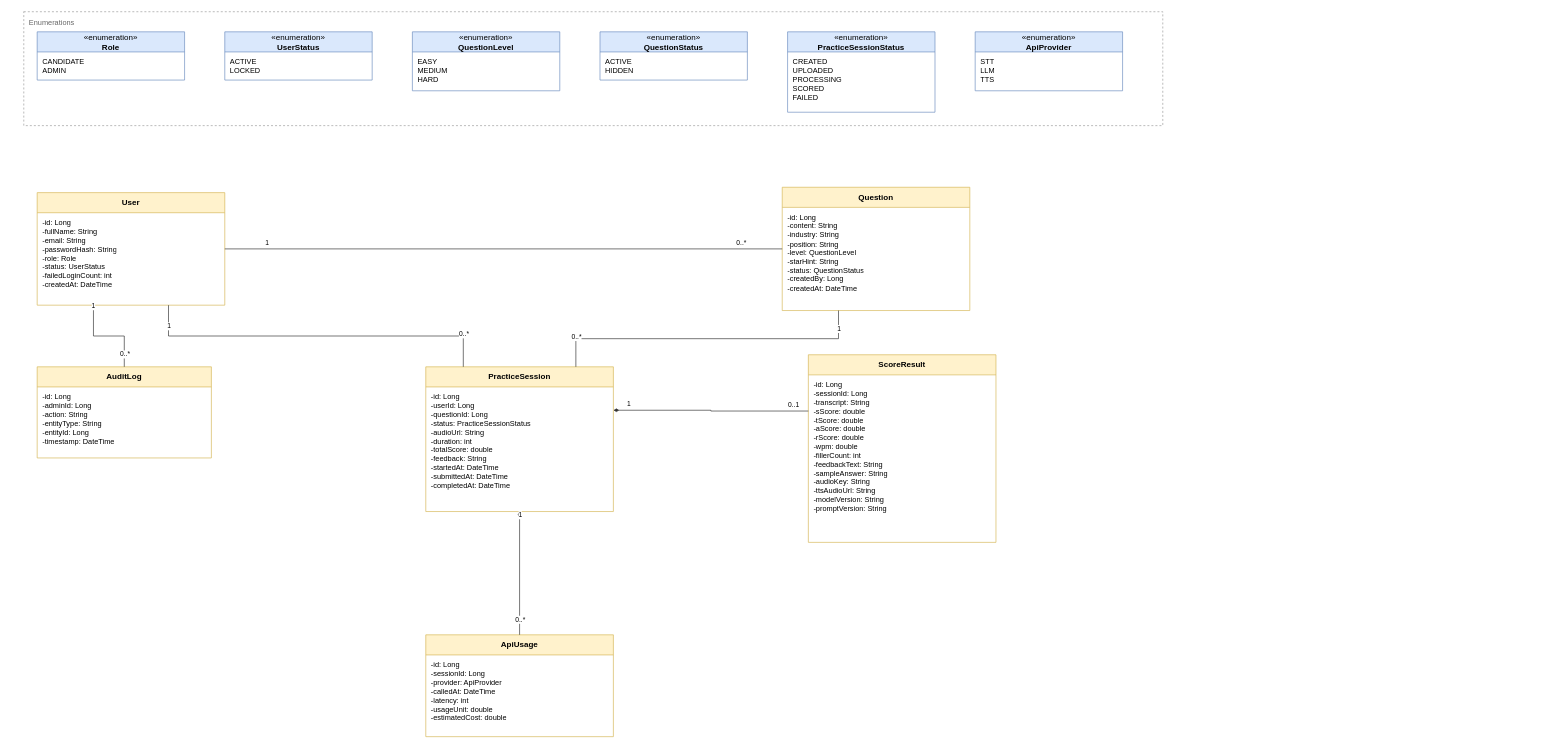
Earlier version of the draw.io diagram page "Domain Model" (1 of 2) of docs/diagrams/ClassDiagram.drawio.xml (ToraidolGiang/interview-practice-ai). Source tidied: cells renumbered, new cells numbered last; positions are measured from the earlier drawing's top-left corner, leaving out a move shared by most shapes. Both pictures are drawn from the tidied source at 67%, with x=0, y=0 at pixel (23, 11).
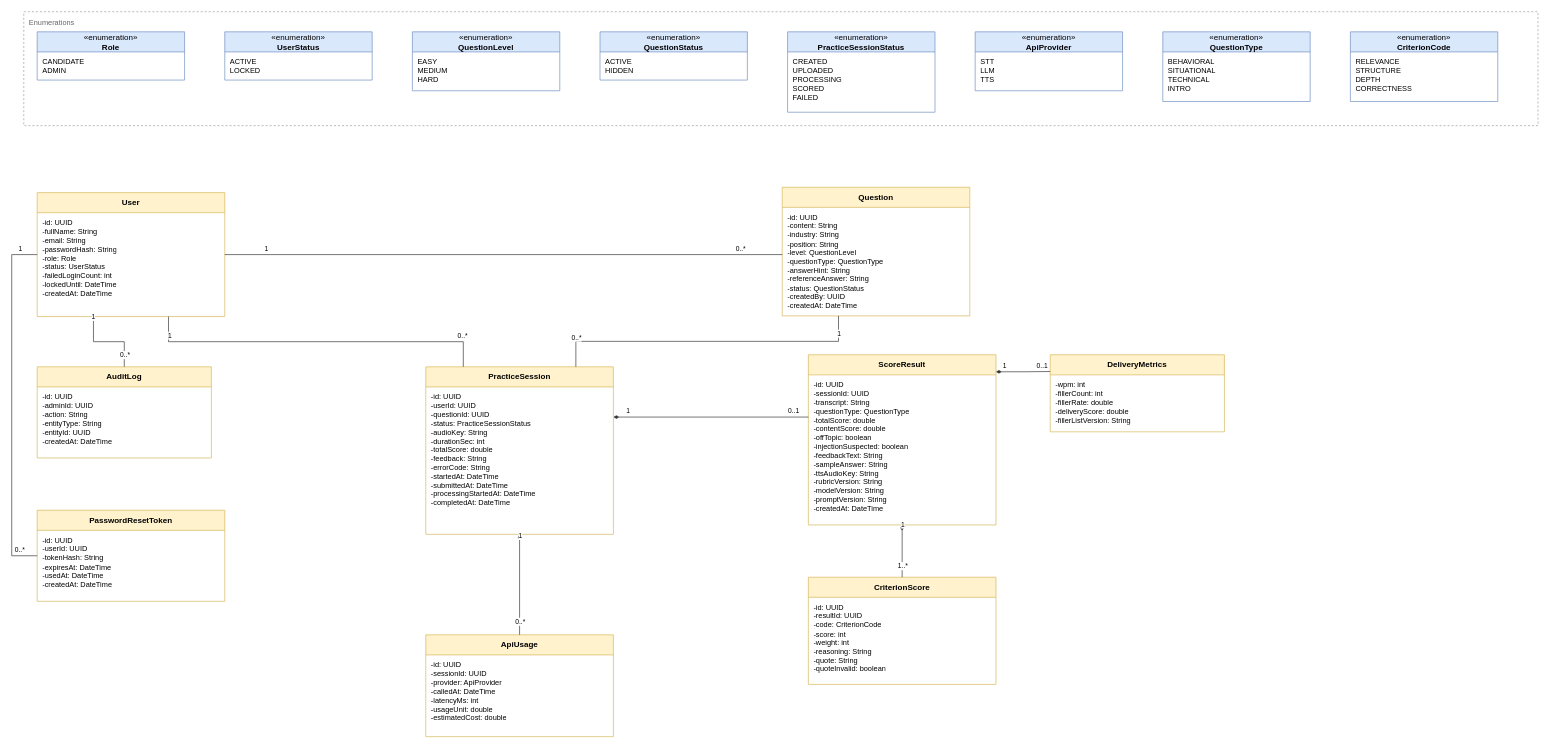
The same diagram, later.

The change refers to these unchanged cells:
```xml
<mxCell id="19" value="&lt;b&gt;AuditLog&lt;/b&gt;" style="swimlane;html=1;horizontal=1;startSize=30;fillColor=#FFF2CC;strokeColor=#D6B656;fontSize=12;fontStyle=0;align=center;verticalAlign=middle;whiteSpace=wrap;" parent="1" vertex="1">
  <mxGeometry x="20" y="530" width="260" height="136" as="geometry" />
</mxCell>
<mxCell id="25" value="&lt;b&gt;ApiUsage&lt;/b&gt;" style="swimlane;html=1;horizontal=1;startSize=30;fillColor=#FFF2CC;strokeColor=#D6B656;fontSize=12;fontStyle=0;align=center;verticalAlign=middle;whiteSpace=wrap;" parent="1" vertex="1">
  <mxGeometry x="600" y="930" width="280" height="152" as="geometry" />
</mxCell>
```

What changed in the source:
```diff
@@
     <mxCell id="2" value="Enumerations" style="rounded=0;whiteSpace=wrap;html=1;fillColor=none;strokeColor=#999999;dashed=1;verticalAlign=top;align=left;spacingLeft=6;spacingTop=4;fontColor=#666666;fontSize=11;" parent="1" vertex="1">
-      <mxGeometry width="1700" height="170" as="geometry" />
+      <mxGeometry width="2260" height="170" as="geometry" />
     </mxCell>
@@
     <mxCell id="15" value="&lt;b&gt;User&lt;/b&gt;" style="swimlane;html=1;horizontal=1;startSize=30;fillColor=#FFF2CC;strokeColor=#D6B656;fontSize=12;fontStyle=0;align=center;verticalAlign=middle;whiteSpace=wrap;" parent="1" vertex="1">
-      <mxGeometry x="20" y="270" width="280" height="168" as="geometry" />
+      <mxGeometry x="20" y="270" width="280" height="185" as="geometry" />
     </mxCell>
-    <mxCell id="16" value="-id: Long&lt;br&gt;-fullName: String&lt;br&gt;-email: String&lt;br&gt;-passwordHash: String&lt;br&gt;-role: Role&lt;br&gt;-status: UserStatus&lt;br&gt;-failedLoginCount: int&lt;br&gt;-createdAt: DateTime" style="text;html=1;align=left;verticalAlign=top;spacingLeft=6;spacingTop=2;overflow=hidden;fillColor=none;strokeColor=none;fontSize=11;" parent="15" vertex="1">
-      <mxGeometry y="30" width="280" height="138" as="geometry" />
+    <mxCell id="16" value="-id: UUID&lt;br&gt;-fullName: String&lt;br&gt;-email: String&lt;br&gt;-passwordHash: String&lt;br&gt;-role: Role&lt;br&gt;-status: UserStatus&lt;br&gt;-failedLoginCount: int&lt;br&gt;-lockedUntil: DateTime&lt;br&gt;-createdAt: DateTime" style="text;html=1;align=left;verticalAlign=top;spacingLeft=6;spacingTop=2;overflow=hidden;fillColor=none;strokeColor=none;fontSize=11;" parent="15" vertex="1">
+      <mxGeometry y="30" width="280" height="155" as="geometry" />
     </mxCell>
     <mxCell id="17" value="&lt;b&gt;Question&lt;/b&gt;" style="swimlane;html=1;horizontal=1;startSize=30;fillColor=#FFF2CC;strokeColor=#D6B656;fontSize=12;fontStyle=0;align=center;verticalAlign=middle;whiteSpace=wrap;" parent="1" vertex="1">
-      <mxGeometry x="1132" y="262" width="280" height="184" as="geometry" />
+      <mxGeometry x="1132" y="262" width="280" height="192" as="geometry" />
     </mxCell>
-    <mxCell id="18" value="-id: Long&lt;br&gt;-content: String&lt;br&gt;-industry: String&lt;br&gt;-position: String&lt;br&gt;-level: QuestionLevel&lt;br&gt;-starHint: String&lt;br&gt;-status: QuestionStatus&lt;br&gt;-createdBy: Long&lt;br&gt;-createdAt: DateTime" style="text;html=1;align=left;verticalAlign=top;spacingLeft=6;spacingTop=2;overflow=hidden;fillColor=none;strokeColor=none;fontSize=11;" parent="17" vertex="1">
-      <mxGeometry y="30" width="280" height="154" as="geometry" />
+    <mxCell id="18" value="-id: UUID&lt;br&gt;-content: String&lt;br&gt;-industry: String&lt;br&gt;-position: String&lt;br&gt;-level: QuestionLevel&lt;br&gt;-questionType: QuestionType&lt;br&gt;-answerHint: String&lt;br&gt;-referenceAnswer: String&lt;br&gt;-status: QuestionStatus&lt;br&gt;-createdBy: UUID&lt;br&gt;-createdAt: DateTime" style="text;html=1;align=left;verticalAlign=top;spacingLeft=6;spacingTop=2;overflow=hidden;fillColor=none;strokeColor=none;fontSize=11;" parent="17" vertex="1">
+      <mxGeometry y="30" width="280" height="162" as="geometry" />
     </mxCell>
@@
-    <mxCell id="20" value="-id: Long&lt;br&gt;-adminId: Long&lt;br&gt;-action: String&lt;br&gt;-entityType: String&lt;br&gt;-entityId: Long&lt;br&gt;-timestamp: DateTime" style="text;html=1;align=left;verticalAlign=top;spacingLeft=6;spacingTop=2;overflow=hidden;fillColor=none;strokeColor=none;fontSize=11;" parent="19" vertex="1">
+    <mxCell id="20" value="-id: UUID&lt;br&gt;-adminId: UUID&lt;br&gt;-action: String&lt;br&gt;-entityType: String&lt;br&gt;-entityId: UUID&lt;br&gt;-createdAt: DateTime" style="text;html=1;align=left;verticalAlign=top;spacingLeft=6;spacingTop=2;overflow=hidden;fillColor=none;strokeColor=none;fontSize=11;" parent="19" vertex="1">
       <mxGeometry y="30" width="260" height="106" as="geometry" />
     </mxCell>
     <mxCell id="21" value="&lt;b&gt;PracticeSession&lt;/b&gt;" style="swimlane;html=1;horizontal=1;startSize=30;fillColor=#FFF2CC;strokeColor=#D6B656;fontSize=12;fontStyle=0;align=center;verticalAlign=middle;whiteSpace=wrap;" parent="1" vertex="1">
-      <mxGeometry x="600" y="530" width="280" height="216" as="geometry" />
+      <mxGeometry x="600" y="530" width="280" height="250" as="geometry" />
     </mxCell>
-    <mxCell id="22" value="-id: Long&lt;br&gt;-userId: Long&lt;br&gt;-questionId: Long&lt;br&gt;-status: PracticeSessionStatus&lt;br&gt;-audioUrl: String&lt;br&gt;-duration: int&lt;br&gt;-totalScore: double&lt;br&gt;-feedback: String&lt;br&gt;-startedAt: DateTime&lt;br&gt;-submittedAt: DateTime&lt;br&gt;-completedAt: DateTime" style="text;html=1;align=left;verticalAlign=top;spacingLeft=6;spacingTop=2;overflow=hidden;fillColor=none;strokeColor=none;fontSize=11;" parent="21" vertex="1">
-      <mxGeometry y="30" width="280" height="186" as="geometry" />
+    <mxCell id="22" value="-id: UUID&lt;br&gt;-userId: UUID&lt;br&gt;-questionId: UUID&lt;br&gt;-status: PracticeSessionStatus&lt;br&gt;-audioKey: String&lt;br&gt;-durationSec: int&lt;br&gt;-totalScore: double&lt;br&gt;-feedback: String&lt;br&gt;-errorCode: String&lt;br&gt;-startedAt: DateTime&lt;br&gt;-submittedAt: DateTime&lt;br&gt;-processingStartedAt: DateTime&lt;br&gt;-completedAt: DateTime" style="text;html=1;align=left;verticalAlign=top;spacingLeft=6;spacingTop=2;overflow=hidden;fillColor=none;strokeColor=none;fontSize=11;" parent="21" vertex="1">
+      <mxGeometry y="30" width="280" height="220" as="geometry" />
     </mxCell>
     <mxCell id="23" value="&lt;b&gt;ScoreResult&lt;/b&gt;" style="swimlane;html=1;horizontal=1;startSize=30;fillColor=#FFF2CC;strokeColor=#D6B656;fontSize=12;fontStyle=0;align=center;verticalAlign=middle;whiteSpace=wrap;" parent="1" vertex="1">
-      <mxGeometry x="1171" y="512" width="280" height="280" as="geometry" />
+      <mxGeometry x="1171" y="512" width="280" height="254" as="geometry" />
     </mxCell>
-    <mxCell id="24" value="-id: Long&lt;br&gt;-sessionId: Long&lt;br&gt;-transcript: String&lt;br&gt;-sScore: double&lt;br&gt;-tScore: double&lt;br&gt;-aScore: double&lt;br&gt;-rScore: double&lt;br&gt;-wpm: double&lt;br&gt;-fillerCount: int&lt;br&gt;-feedbackText: String&lt;br&gt;-sampleAnswer: String&lt;br&gt;-audioKey: String&lt;br&gt;-ttsAudioUrl: String&lt;br&gt;-modelVersion: String&lt;br&gt;-promptVersion: String" style="text;html=1;align=left;verticalAlign=top;spacingLeft=6;spacingTop=2;overflow=hidden;fillColor=none;strokeColor=none;fontSize=11;" parent="23" vertex="1">
-      <mxGeometry y="30" width="280" height="250" as="geometry" />
+    <mxCell id="24" value="-id: UUID&lt;br&gt;-sessionId: UUID&lt;br&gt;-transcript: String&lt;br&gt;-questionType: QuestionType&lt;br&gt;-totalScore: double&lt;br&gt;-contentScore: double&lt;br&gt;-offTopic: boolean&lt;br&gt;-injectionSuspected: boolean&lt;br&gt;-feedbackText: String&lt;br&gt;-sampleAnswer: String&lt;br&gt;-ttsAudioKey: String&lt;br&gt;-rubricVersion: String&lt;br&gt;-modelVersion: String&lt;br&gt;-promptVersion: String&lt;br&gt;-createdAt: DateTime" style="text;html=1;align=left;verticalAlign=top;spacingLeft=6;spacingTop=2;overflow=hidden;fillColor=none;strokeColor=none;fontSize=11;" parent="23" vertex="1">
+      <mxGeometry y="30" width="280" height="224" as="geometry" />
     </mxCell>
@@
-    <mxCell id="26" value="-id: Long&lt;br&gt;-sessionId: Long&lt;br&gt;-provider: ApiProvider&lt;br&gt;-calledAt: DateTime&lt;br&gt;-latency: int&lt;br&gt;-usageUnit: double&lt;br&gt;-estimatedCost: double" style="text;html=1;align=left;verticalAlign=top;spacingLeft=6;spacingTop=2;overflow=hidden;fillColor=none;strokeColor=none;fontSize=11;" parent="25" vertex="1">
+    <mxCell id="26" value="-id: UUID&lt;br&gt;-sessionId: UUID&lt;br&gt;-provider: ApiProvider&lt;br&gt;-calledAt: DateTime&lt;br&gt;-latencyMs: int&lt;br&gt;-usageUnit: double&lt;br&gt;-estimatedCost: double" style="text;html=1;align=left;verticalAlign=top;spacingLeft=6;spacingTop=2;overflow=hidden;fillColor=none;strokeColor=none;fontSize=11;" parent="25" vertex="1">
       <mxGeometry y="30" width="280" height="122" as="geometry" />
     </mxCell>
-    <mxCell id="27" style="endArrow=none;html=1;rounded=0;edgeStyle=orthogonalEdgeStyle;fontSize=10;strokeColor=#333333;exitX=1;exitY=0.5;exitDx=0;exitDy=0;entryX=0;entryY=0.5;entryDx=0;entryDy=0;" parent="1" edge="1" source="15" target="17">
+    <mxCell id="27" style="endArrow=none;html=1;rounded=0;edgeStyle=orthogonalEdgeStyle;fontSize=10;strokeColor=#333333;exitX=1;exitY=0.5;exitDx=0;exitDy=0;entryX=0;entryY=0.5234;entryDx=0;entryDy=0;" parent="1" edge="1" source="15" target="17">
       <mxGeometry relative="1" as="geometry" />
     </mxCell>
@@
-    <mxCell id="36" style="endArrow=none;startArrow=diamondThin;startFill=1;html=1;rounded=0;edgeStyle=orthogonalEdgeStyle;fontSize=10;strokeColor=#333333;exitX=1;exitY=0.3;exitDx=0;exitDy=0;entryX=0;entryY=0.3;entryDx=0;entryDy=0;" parent="1" edge="1" source="21" target="23">
+    <mxCell id="36" style="endArrow=none;startArrow=diamondThin;startFill=1;html=1;rounded=0;edgeStyle=orthogonalEdgeStyle;fontSize=10;strokeColor=#333333;exitX=1;exitY=0.3;exitDx=0;exitDy=0;entryX=0;entryY=0.3661;entryDx=0;entryDy=0;" parent="1" edge="1" source="21" target="23">
       <mxGeometry relative="1" as="geometry" />
     </mxCell>
@@
+    <mxCell id="45" value="«enumeration»&lt;br&gt;&lt;b&gt;QuestionType&lt;/b&gt;" style="swimlane;html=1;horizontal=1;startSize=30;fillColor=#DAE8FC;strokeColor=#6C8EBF;fontSize=12;fontStyle=0;align=center;verticalAlign=middle;whiteSpace=wrap;" parent="1" vertex="1">
+      <mxGeometry x="1700" y="30" width="220" height="104" as="geometry" />
+    </mxCell>
+    <mxCell id="46" value="BEHAVIORAL&lt;br&gt;SITUATIONAL&lt;br&gt;TECHNICAL&lt;br&gt;INTRO" style="text;html=1;align=left;verticalAlign=top;spacingLeft=6;spacingTop=2;overflow=hidden;fillColor=none;strokeColor=none;fontSize=11;" parent="45" vertex="1">
+      <mxGeometry y="30" width="220" height="74" as="geometry" />
+    </mxCell>
+    <mxCell id="47" value="«enumeration»&lt;br&gt;&lt;b&gt;CriterionCode&lt;/b&gt;" style="swimlane;html=1;horizontal=1;startSize=30;fillColor=#DAE8FC;strokeColor=#6C8EBF;fontSize=12;fontStyle=0;align=center;verticalAlign=middle;whiteSpace=wrap;" parent="1" vertex="1">
+      <mxGeometry x="1980" y="30" width="220" height="104" as="geometry" />
+    </mxCell>
+    <mxCell id="48" value="RELEVANCE&lt;br&gt;STRUCTURE&lt;br&gt;DEPTH&lt;br&gt;CORRECTNESS" style="text;html=1;align=left;verticalAlign=top;spacingLeft=6;spacingTop=2;overflow=hidden;fillColor=none;strokeColor=none;fontSize=11;" parent="47" vertex="1">
+      <mxGeometry y="30" width="220" height="74" as="geometry" />
+    </mxCell>
+    <mxCell id="49" value="&lt;b&gt;CriterionScore&lt;/b&gt;" style="swimlane;html=1;horizontal=1;startSize=30;fillColor=#FFF2CC;strokeColor=#D6B656;fontSize=12;fontStyle=0;align=center;verticalAlign=middle;whiteSpace=wrap;" parent="1" vertex="1">
+      <mxGeometry x="1171" y="844" width="280" height="160" as="geometry" />
+    </mxCell>
+    <mxCell id="50" value="-id: UUID&lt;br&gt;-resultId: UUID&lt;br&gt;-code: CriterionCode&lt;br&gt;-score: int&lt;br&gt;-weight: int&lt;br&gt;-reasoning: String&lt;br&gt;-quote: String&lt;br&gt;-quoteInvalid: boolean" style="text;html=1;align=left;verticalAlign=top;spacingLeft=6;spacingTop=2;overflow=hidden;fillColor=none;strokeColor=none;fontSize=11;" parent="49" vertex="1">
+      <mxGeometry y="30" width="280" height="130" as="geometry" />
+    </mxCell>
+    <mxCell id="51" value="&lt;b&gt;DeliveryMetrics&lt;/b&gt;" style="swimlane;html=1;horizontal=1;startSize=30;fillColor=#FFF2CC;strokeColor=#D6B656;fontSize=12;fontStyle=0;align=center;verticalAlign=middle;whiteSpace=wrap;" parent="1" vertex="1">
+      <mxGeometry x="1532" y="512" width="260" height="115" as="geometry" />
+    </mxCell>
+    <mxCell id="52" value="-wpm: int&lt;br&gt;-fillerCount: int&lt;br&gt;-fillerRate: double&lt;br&gt;-deliveryScore: double&lt;br&gt;-fillerListVersion: String" style="text;html=1;align=left;verticalAlign=top;spacingLeft=6;spacingTop=2;overflow=hidden;fillColor=none;strokeColor=none;fontSize=11;" parent="51" vertex="1">
+      <mxGeometry y="30" width="260" height="85" as="geometry" />
+    </mxCell>
+    <mxCell id="53" style="endArrow=none;startArrow=diamondThin;startFill=1;html=1;rounded=0;edgeStyle=orthogonalEdgeStyle;fontSize=10;strokeColor=#333333;exitX=0.5;exitY=1;exitDx=0;exitDy=0;entryX=0.5;entryY=0;entryDx=0;entryDy=0;" parent="1" edge="1" source="23" target="49">
+      <mxGeometry relative="1" as="geometry" />
+    </mxCell>
+    <mxCell id="54" value="1" style="edgeLabel;html=1;align=center;verticalAlign=middle;fontSize=10;labelBackgroundColor=#ffffff;" parent="53" vertex="1">
+      <mxGeometry x="-0.8" relative="1" as="geometry">
+        <mxPoint y="-10" as="offset" />
+      </mxGeometry>
+    </mxCell>
+    <mxCell id="55" value="1..*" style="edgeLabel;html=1;align=center;verticalAlign=middle;fontSize=10;labelBackgroundColor=#ffffff;" parent="53" vertex="1">
+      <mxGeometry x="0.8" relative="1" as="geometry">
+        <mxPoint y="-10" as="offset" />
+      </mxGeometry>
+    </mxCell>
+    <mxCell id="56" style="endArrow=none;startArrow=diamondThin;startFill=1;html=1;rounded=0;edgeStyle=orthogonalEdgeStyle;fontSize=10;strokeColor=#333333;exitX=1;exitY=0.1;exitDx=0;exitDy=0;entryX=0;entryY=0.2174;entryDx=0;entryDy=0;" parent="1" edge="1" source="23" target="51">
+      <mxGeometry relative="1" as="geometry" />
+    </mxCell>
+    <mxCell id="57" value="1" style="edgeLabel;html=1;align=center;verticalAlign=middle;fontSize=10;labelBackgroundColor=#ffffff;" parent="56" vertex="1">
+      <mxGeometry x="-0.7" relative="1" as="geometry">
+        <mxPoint y="-10" as="offset" />
+      </mxGeometry>
+    </mxCell>
+    <mxCell id="58" value="0..1" style="edgeLabel;html=1;align=center;verticalAlign=middle;fontSize=10;labelBackgroundColor=#ffffff;" parent="56" vertex="1">
+      <mxGeometry x="0.7" relative="1" as="geometry">
+        <mxPoint y="-10" as="offset" />
+      </mxGeometry>
+    </mxCell>
+    <mxCell id="59" value="&lt;b&gt;PasswordResetToken&lt;/b&gt;" style="swimlane;html=1;horizontal=1;startSize=30;fillColor=#FFF2CC;strokeColor=#D6B656;fontSize=12;fontStyle=0;align=center;verticalAlign=middle;whiteSpace=wrap;" parent="1" vertex="1">
+      <mxGeometry x="20" y="744" width="280" height="136" as="geometry" />
+    </mxCell>
+    <mxCell id="60" value="-id: UUID&lt;br&gt;-userId: UUID&lt;br&gt;-tokenHash: String&lt;br&gt;-expiresAt: DateTime&lt;br&gt;-usedAt: DateTime&lt;br&gt;-createdAt: DateTime" style="text;html=1;align=left;verticalAlign=top;spacingLeft=6;spacingTop=2;overflow=hidden;fillColor=none;strokeColor=none;fontSize=11;" parent="59" vertex="1">
+      <mxGeometry y="30" width="280" height="106" as="geometry" />
+    </mxCell>
+    <mxCell id="61" style="endArrow=none;html=1;rounded=0;edgeStyle=orthogonalEdgeStyle;fontSize=10;strokeColor=#333333;exitX=0;exitY=0.5;exitDx=0;exitDy=0;entryX=0;entryY=0.5;entryDx=0;entryDy=0;" parent="1" edge="1" source="15" target="59">
+      <mxGeometry relative="1" as="geometry">
+        <Array as="points">
+          <mxPoint x="-18" y="362.5" />
+          <mxPoint x="-18" y="812" />
+        </Array>
+      </mxGeometry>
+    </mxCell>
+    <mxCell id="62" value="1" style="edgeLabel;html=1;align=center;verticalAlign=middle;fontSize=10;labelBackgroundColor=#ffffff;" parent="61" vertex="1">
+      <mxGeometry x="-0.9" relative="1" as="geometry">
+        <mxPoint y="-10" as="offset" />
+      </mxGeometry>
+    </mxCell>
+    <mxCell id="63" value="0..*" style="edgeLabel;html=1;align=center;verticalAlign=middle;fontSize=10;labelBackgroundColor=#ffffff;" parent="61" vertex="1">
+      <mxGeometry x="0.9" relative="1" as="geometry">
+        <mxPoint y="-10" as="offset" />
+      </mxGeometry>
+    </mxCell>
```
